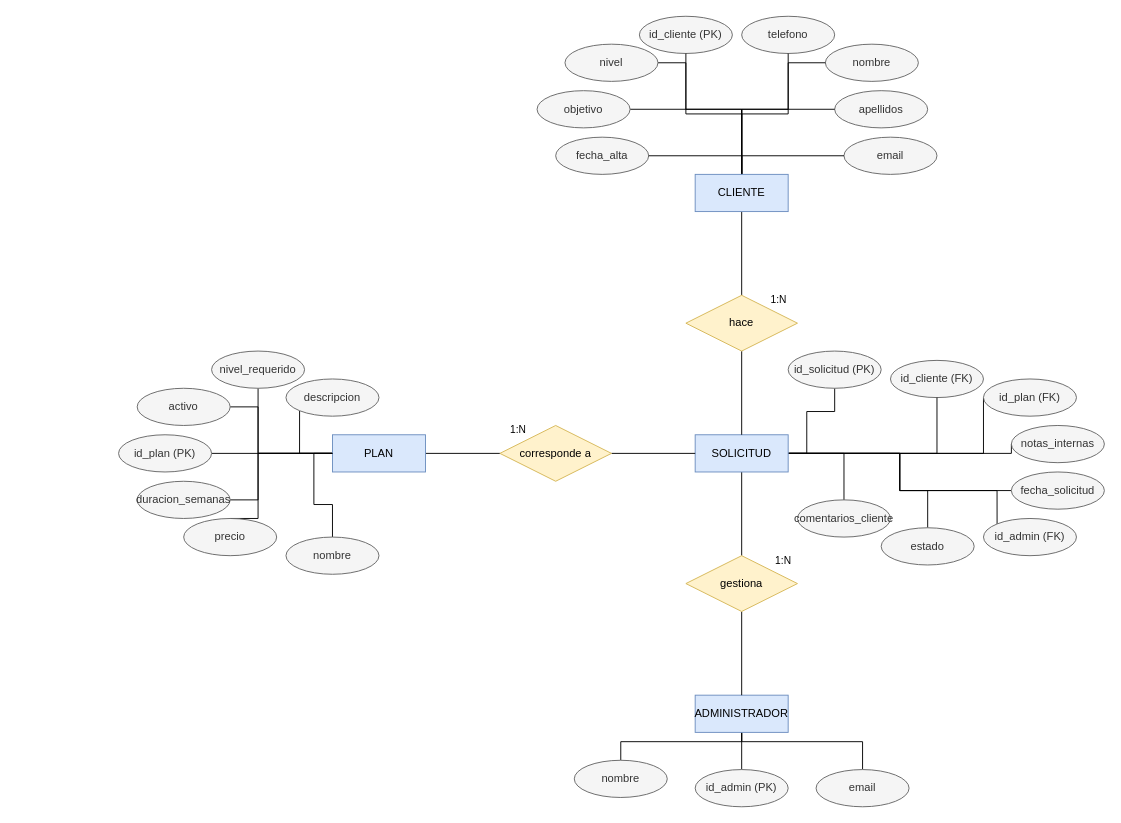
Earlier version of the draw.io diagram page "Modelo ER" (1 of 2) of diagrams/modelos.drawio (Jbergo/nextrep-training). Source tidied: cells renumbered, new cells numbered last; positions are measured from the earlier drawing's top-left corner, leaving out a move shared by most shapes. Both pictures are drawn from the tidied source at 93%, with x=0, y=0 at pixel (118, 16).
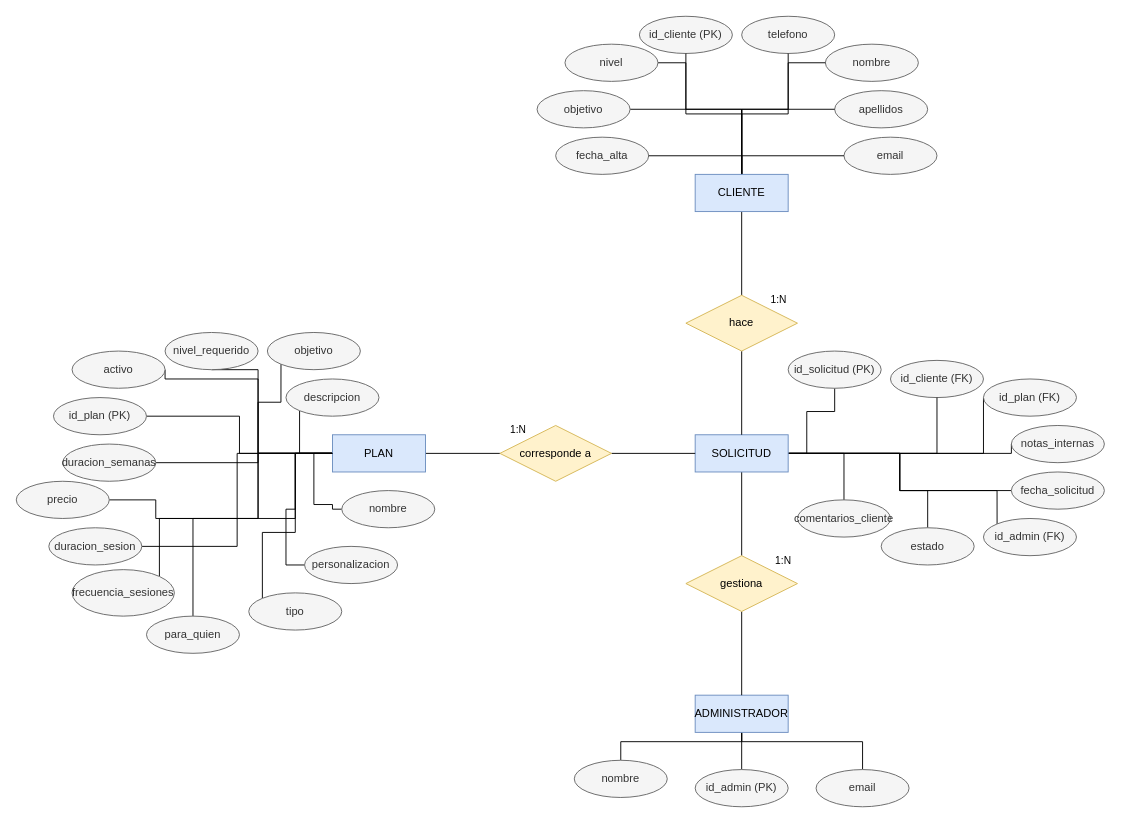
The same page after the edit.

Unchanged cells that the change refers to:
```xml
<mxCell id="31" value="PLAN" style="whiteSpace=wrap;html=1;align=center;fillColor=#dae8fc;strokeColor=#6c8ebf;" parent="1" vertex="1">
  <mxGeometry x="230" y="450" width="100" height="40" as="geometry" />
</mxCell>
```

Diff of the diagram source:
```diff
@@
-    <mxCell id="26" style="edgeStyle=orthogonalEdgeStyle;shape=connector;rounded=0;jettySize=auto;html=1;entryX=0.5;entryY=0;entryDx=0;entryDy=0;strokeColor=default;align=center;verticalAlign=middle;fontFamily=Helvetica;fontSize=11;fontColor=default;labelBackgroundColor=default;endArrow=none;endFill=0;" parent="1" edge="1" source="31" target="63">
+    <mxCell id="26" style="edgeStyle=orthogonalEdgeStyle;shape=connector;rounded=0;jettySize=auto;html=1;entryX=1;entryY=0.5;entryDx=0;entryDy=0;strokeColor=default;align=center;verticalAlign=middle;fontFamily=Helvetica;fontSize=11;fontColor=default;labelBackgroundColor=default;endArrow=none;endFill=0;" parent="1" edge="1" source="31" target="63">
       <mxGeometry relative="1" as="geometry">
         <Array as="points">
           <mxPoint x="150" y="470" />
           <mxPoint x="150" y="540" />
+          <mxPoint x="40" y="540" />
         </Array>
       </mxGeometry>
     </mxCell>
-    <mxCell id="27" style="edgeStyle=orthogonalEdgeStyle;shape=connector;rounded=0;jettySize=auto;html=1;entryX=0.5;entryY=0;entryDx=0;entryDy=0;strokeColor=default;align=center;verticalAlign=middle;fontFamily=Helvetica;fontSize=11;fontColor=default;labelBackgroundColor=default;endArrow=none;endFill=0;" parent="1" edge="1" source="31" target="61">
+    <mxCell id="27" style="edgeStyle=orthogonalEdgeStyle;shape=connector;rounded=0;jettySize=auto;html=1;entryX=0;entryY=0.5;entryDx=0;entryDy=0;strokeColor=default;align=center;verticalAlign=middle;fontFamily=Helvetica;fontSize=11;fontColor=default;labelBackgroundColor=default;endArrow=none;endFill=0;" parent="1" edge="1" source="31" target="61">
       <mxGeometry relative="1" as="geometry">
         <Array as="points">
           <mxPoint x="210" y="470" />
           <mxPoint x="210" y="525" />
           <mxPoint x="230" y="525" />
+          <mxPoint x="230" y="530" />
         </Array>
       </mxGeometry>
     </mxCell>
@@
     <mxCell id="29" style="edgeStyle=orthogonalEdgeStyle;shape=connector;rounded=0;jettySize=auto;html=1;entryX=0.5;entryY=1;entryDx=0;entryDy=0;strokeColor=default;align=center;verticalAlign=middle;fontFamily=Helvetica;fontSize=11;fontColor=default;labelBackgroundColor=default;endArrow=none;endFill=0;" parent="1" edge="1" source="31" target="66">
-      <mxGeometry relative="1" as="geometry" />
+      <mxGeometry relative="1" as="geometry">
+        <Array as="points">
+          <mxPoint x="150" y="470" />
+          <mxPoint x="150" y="380" />
+        </Array>
+      </mxGeometry>
     </mxCell>
     <mxCell id="30" style="edgeStyle=orthogonalEdgeStyle;shape=connector;rounded=0;jettySize=auto;html=1;entryX=1;entryY=0.5;entryDx=0;entryDy=0;strokeColor=default;align=center;verticalAlign=middle;fontFamily=Helvetica;fontSize=11;fontColor=default;labelBackgroundColor=default;endArrow=none;endFill=0;" parent="1" edge="1" source="31" target="67">
       <mxGeometry relative="1" as="geometry">
         <Array as="points">
           <mxPoint x="150" y="470" />
-          <mxPoint x="150" y="420" />
+          <mxPoint x="150" y="390" />
+          <mxPoint x="50" y="390" />
         </Array>
       </mxGeometry>
     </mxCell>
+    <mxCell id="70" style="edgeStyle=orthogonalEdgeStyle;rounded=0;jettySize=auto;html=1;entryX=0;entryY=1;entryDx=0;entryDy=0;endArrow=none;endFill=0;" parent="1" edge="1" source="31" target="78">
+      <mxGeometry relative="1" as="geometry">
+        <Array as="points">
+          <mxPoint x="150" y="470" />
+          <mxPoint x="150" y="415" />
+          <mxPoint x="175" y="415" />
+        </Array>
+      </mxGeometry>
+    </mxCell>
+    <mxCell id="71" style="edgeStyle=orthogonalEdgeStyle;shape=connector;rounded=0;jettySize=auto;html=1;entryX=0;entryY=0.5;entryDx=0;entryDy=0;strokeColor=default;align=center;verticalAlign=middle;fontFamily=Helvetica;fontSize=11;fontColor=default;labelBackgroundColor=default;endArrow=none;endFill=0;" parent="1" edge="1" source="31" target="80">
+      <mxGeometry relative="1" as="geometry">
+        <Array as="points">
+          <mxPoint x="190" y="470" />
+          <mxPoint x="190" y="530" />
+          <mxPoint x="180" y="530" />
+          <mxPoint x="180" y="590" />
+        </Array>
+      </mxGeometry>
+    </mxCell>
+    <mxCell id="72" style="edgeStyle=orthogonalEdgeStyle;shape=connector;rounded=0;jettySize=auto;html=1;entryX=0;entryY=0;entryDx=0;entryDy=0;strokeColor=default;align=center;verticalAlign=middle;fontFamily=Helvetica;fontSize=11;fontColor=default;labelBackgroundColor=default;endArrow=none;endFill=0;" parent="1" edge="1" source="31" target="79">
+      <mxGeometry relative="1" as="geometry">
+        <Array as="points">
+          <mxPoint x="190" y="470" />
+          <mxPoint x="190" y="555" />
+          <mxPoint x="155" y="555" />
+        </Array>
+      </mxGeometry>
+    </mxCell>
+    <mxCell id="73" style="edgeStyle=orthogonalEdgeStyle;shape=connector;rounded=0;jettySize=auto;html=1;entryX=0.5;entryY=0;entryDx=0;entryDy=0;strokeColor=default;align=center;verticalAlign=middle;fontFamily=Helvetica;fontSize=11;fontColor=default;labelBackgroundColor=default;endArrow=none;endFill=0;" parent="1" edge="1" source="31" target="81">
+      <mxGeometry relative="1" as="geometry">
+        <Array as="points">
+          <mxPoint x="150" y="470" />
+          <mxPoint x="150" y="540" />
+          <mxPoint x="80" y="540" />
+        </Array>
+      </mxGeometry>
+    </mxCell>
+    <mxCell id="74" style="edgeStyle=orthogonalEdgeStyle;shape=connector;rounded=0;jettySize=auto;html=1;entryX=1;entryY=0;entryDx=0;entryDy=0;strokeColor=default;align=center;verticalAlign=middle;fontFamily=Helvetica;fontSize=11;fontColor=default;labelBackgroundColor=default;endArrow=none;endFill=0;" parent="1" edge="1" source="31" target="77">
+      <mxGeometry relative="1" as="geometry">
+        <Array as="points">
+          <mxPoint x="190" y="470" />
+          <mxPoint x="190" y="540" />
+          <mxPoint x="44" y="540" />
+        </Array>
+      </mxGeometry>
+    </mxCell>
+    <mxCell id="75" style="edgeStyle=orthogonalEdgeStyle;shape=connector;rounded=0;jettySize=auto;html=1;entryX=1;entryY=0.5;entryDx=0;entryDy=0;strokeColor=default;align=center;verticalAlign=middle;fontFamily=Helvetica;fontSize=11;fontColor=default;labelBackgroundColor=default;endArrow=none;endFill=0;" parent="1" edge="1" source="31" target="76">
+      <mxGeometry relative="1" as="geometry" />
+    </mxCell>
@@
     <mxCell id="52" value="id_plan (PK)" style="ellipse;whiteSpace=wrap;html=1;align=center;fillColor=#f5f5f5;fontColor=#333333;strokeColor=#666666;" parent="1" vertex="1">
-      <mxGeometry y="450" width="100" height="40" as="geometry" />
+      <mxGeometry x="-70" y="410" width="100" height="40" as="geometry" />
     </mxCell>
@@
     <mxCell id="61" value="nombre" style="ellipse;whiteSpace=wrap;html=1;align=center;fillColor=#f5f5f5;fontColor=#333333;strokeColor=#666666;" parent="1" vertex="1">
-      <mxGeometry x="180" y="560" width="100" height="40" as="geometry" />
+      <mxGeometry x="240" y="510" width="100" height="40" as="geometry" />
     </mxCell>
@@
     <mxCell id="63" value="precio" style="ellipse;whiteSpace=wrap;html=1;align=center;fillColor=#f5f5f5;fontColor=#333333;strokeColor=#666666;" parent="1" vertex="1">
-      <mxGeometry x="70" y="540" width="100" height="40" as="geometry" />
+      <mxGeometry x="-110" y="500" width="100" height="40" as="geometry" />
     </mxCell>
-    <mxCell id="64" style="edgeStyle=orthogonalEdgeStyle;shape=connector;rounded=0;jettySize=auto;html=1;strokeColor=default;align=center;verticalAlign=middle;fontFamily=Helvetica;fontSize=11;fontColor=default;labelBackgroundColor=default;endArrow=none;endFill=0;" parent="1" edge="1" source="65">
+    <mxCell id="64" style="edgeStyle=orthogonalEdgeStyle;shape=connector;rounded=0;jettySize=auto;html=1;strokeColor=default;align=center;verticalAlign=middle;fontFamily=Helvetica;fontSize=11;fontColor=default;labelBackgroundColor=default;endArrow=none;endFill=0;exitX=1;exitY=0.5;exitDx=0;exitDy=0;" parent="1" edge="1" source="65">
       <mxGeometry relative="1" as="geometry">
         <mxPoint x="230" y="470" as="targetPoint" />
         <Array as="points">
-          <mxPoint x="150" y="520" />
+          <mxPoint x="150" y="480" />
           <mxPoint x="150" y="470" />
         </Array>
       </mxGeometry>
     </mxCell>
     <mxCell id="65" value="duracion_semanas" style="ellipse;whiteSpace=wrap;html=1;align=center;fillColor=#f5f5f5;fontColor=#333333;strokeColor=#666666;" parent="1" vertex="1">
-      <mxGeometry x="20" y="500" width="100" height="40" as="geometry" />
+      <mxGeometry x="-60" y="460" width="100" height="40" as="geometry" />
     </mxCell>
+    <mxCell id="76" value="duracion_sesion" style="ellipse;whiteSpace=wrap;html=1;align=center;fillColor=#f5f5f5;fontColor=#333333;strokeColor=#666666;" parent="1" vertex="1">
+      <mxGeometry x="-75" y="550" width="100" height="40" as="geometry" />
+    </mxCell>
+    <mxCell id="77" value="frecuencia_sesiones" style="ellipse;whiteSpace=wrap;html=1;align=center;fillColor=#f5f5f5;fontColor=#333333;strokeColor=#666666;" parent="1" vertex="1">
+      <mxGeometry x="-50" y="595" width="110" height="50" as="geometry" />
+    </mxCell>
     <mxCell id="66" value="nivel_requerido" style="ellipse;whiteSpace=wrap;html=1;align=center;fillColor=#f5f5f5;fontColor=#333333;strokeColor=#666666;" parent="1" vertex="1">
-      <mxGeometry x="100" y="360" width="100" height="40" as="geometry" />
+      <mxGeometry x="50" y="340" width="100" height="40" as="geometry" />
     </mxCell>
+    <mxCell id="78" value="objetivo" style="ellipse;whiteSpace=wrap;html=1;align=center;fillColor=#f5f5f5;fontColor=#333333;strokeColor=#666666;" parent="1" vertex="1">
+      <mxGeometry x="160" y="340" width="100" height="40" as="geometry" />
+    </mxCell>
     <mxCell id="67" value="activo" style="ellipse;whiteSpace=wrap;html=1;align=center;fillColor=#f5f5f5;fontColor=#333333;strokeColor=#666666;" parent="1" vertex="1">
-      <mxGeometry x="20" y="400" width="100" height="40" as="geometry" />
+      <mxGeometry x="-50" y="360" width="100" height="40" as="geometry" />
     </mxCell>
@@
+    <mxCell id="79" value="tipo" style="ellipse;whiteSpace=wrap;html=1;align=center;fillColor=#f5f5f5;fontColor=#333333;strokeColor=#666666;" parent="1" vertex="1">
+      <mxGeometry x="140" y="620" width="100" height="40" as="geometry" />
+    </mxCell>
+    <mxCell id="80" value="personalizacion" style="ellipse;whiteSpace=wrap;html=1;align=center;fillColor=#f5f5f5;fontColor=#333333;strokeColor=#666666;" parent="1" vertex="1">
+      <mxGeometry x="200" y="570" width="100" height="40" as="geometry" />
+    </mxCell>
+    <mxCell id="81" value="para_quien" style="ellipse;whiteSpace=wrap;html=1;align=center;fillColor=#f5f5f5;fontColor=#333333;strokeColor=#666666;" parent="1" vertex="1">
+      <mxGeometry x="30" y="645" width="100" height="40" as="geometry" />
+    </mxCell>
```
